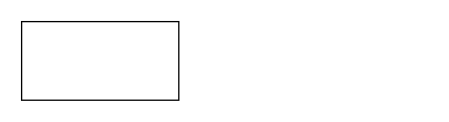
This is day-2.drawio from cyfyifanchen/diagram, a draw.io file, before an edit. Source tidied: cells renumbered, new cells numbered last; positions are measured from the earlier drawing's top-left corner, leaving out a move shared by most shapes. Both pictures are drawn from the tidied source at 131%, with x=0, y=0 at pixel (21, 21).
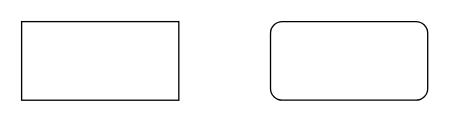
After the change.

What changed in the source:
```diff
@@
 <mxGraphModel>
   <root>
     <mxCell id="0" />
     <mxCell id="1" parent="0" />
     <mxCell id="2" style="rounded=0;whiteSpace=wrap;html=1;" parent="1" vertex="1">
       <mxGeometry width="120" height="60" as="geometry" />
     </mxCell>
+    <mxCell id="3" style="rounded=1;whiteSpace=wrap;html=1;" parent="1" vertex="1">
+      <mxGeometry x="190" width="120" height="60" as="geometry" />
+    </mxCell>
   </root>
 </mxGraphModel>
```
